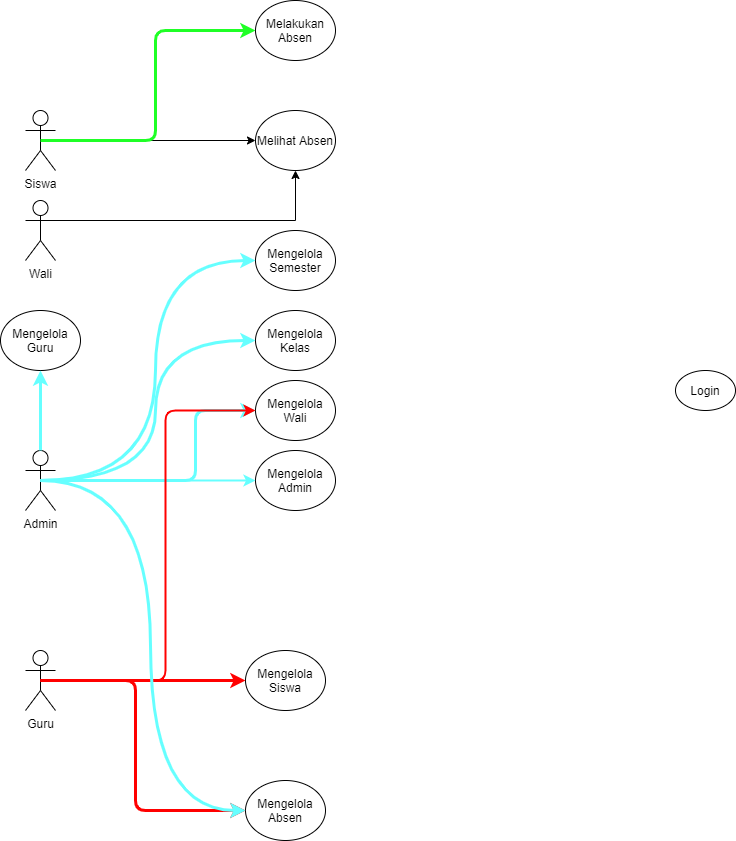
Earlier version of the draw.io export DIAGRAM USE CASE.png (tamamhuda/Aplikasi-Presensi). Source tidied: cells renumbered, new cells last; positions are measured from the earlier drawing's top-left corner, leaving out a move shared by most shapes. Its diagram source:
```xml
<mxGraphModel>
  <root>
    <mxCell id="0" />
    <mxCell id="1" parent="0" />
    <mxCell id="2" value="Siswa" style="shape=umlActor;verticalLabelPosition=bottom;verticalAlign=top;html=1;outlineConnect=0;" parent="1" vertex="1">
      <mxGeometry x="25" y="110" width="30" height="60" as="geometry" />
    </mxCell>
    <mxCell id="3" value="Admin" style="shape=umlActor;verticalLabelPosition=bottom;verticalAlign=top;html=1;outlineConnect=0;" parent="1" vertex="1">
      <mxGeometry x="25" y="450" width="30" height="60" as="geometry" />
    </mxCell>
    <mxCell id="4" value="Guru" style="shape=umlActor;verticalLabelPosition=bottom;verticalAlign=top;html=1;outlineConnect=0;" parent="1" vertex="1">
      <mxGeometry x="25" y="650" width="30" height="60" as="geometry" />
    </mxCell>
    <mxCell id="5" value="Wali" style="shape=umlActor;verticalLabelPosition=bottom;verticalAlign=top;html=1;outlineConnect=0;" parent="1" vertex="1">
      <mxGeometry x="25" y="200" width="30" height="60" as="geometry" />
    </mxCell>
    <mxCell id="6" value="Login" style="ellipse;whiteSpace=wrap;html=1;" parent="1" vertex="1">
      <mxGeometry x="675" y="370" width="60" height="40" as="geometry" />
    </mxCell>
    <mxCell id="7" value="Mengelola Siswa" style="ellipse;whiteSpace=wrap;html=1;" parent="1" vertex="1">
      <mxGeometry x="245" y="650" width="80" height="60" as="geometry" />
    </mxCell>
    <mxCell id="8" value="Mengelola Admin" style="ellipse;whiteSpace=wrap;html=1;" parent="1" vertex="1">
      <mxGeometry x="255" y="450" width="80" height="60" as="geometry" />
    </mxCell>
    <mxCell id="9" value="Mengelola Absen" style="ellipse;whiteSpace=wrap;html=1;" parent="1" vertex="1">
      <mxGeometry x="245" y="780" width="80" height="60" as="geometry" />
    </mxCell>
    <mxCell id="10" value="Melihat Absen" style="ellipse;whiteSpace=wrap;html=1;" parent="1" vertex="1">
      <mxGeometry x="255" y="110" width="80" height="60" as="geometry" />
    </mxCell>
    <mxCell id="11" style="endArrow=classic;html=1;rounded=0;edgeStyle=orthogonalEdgeStyle;entryX=0;entryY=0.5;entryDx=0;entryDy=0;" parent="1" edge="1" source="2" target="10">
      <mxGeometry relative="1" as="geometry" />
    </mxCell>
    <mxCell id="12" style="endArrow=classic;html=1;rounded=0;edgeStyle=orthogonalEdgeStyle;exitX=0.5;exitY=0.5;exitDx=0;exitDy=0;exitPerimeter=0;" parent="1" edge="1" source="5" target="10">
      <mxGeometry relative="1" as="geometry">
        <Array as="points">
          <mxPoint x="40" y="220" />
          <mxPoint x="295" y="220" />
        </Array>
      </mxGeometry>
    </mxCell>
    <mxCell id="13" style="endArrow=classic;html=1;rounded=0;edgeStyle=orthogonalEdgeStyle;exitX=0.5;exitY=0.5;exitDx=0;exitDy=0;exitPerimeter=0;strokeWidth=2;strokeColor=#66FFFF;" parent="1" edge="1" source="3" target="8">
      <mxGeometry relative="1" as="geometry" />
    </mxCell>
    <mxCell id="14" style="endArrow=classic;html=1;rounded=1;edgeStyle=orthogonalEdgeStyle;exitX=0.5;exitY=0.5;exitDx=0;exitDy=0;exitPerimeter=0;strokeWidth=3;strokeColor=#FF0000;" parent="1" edge="1" source="4" target="9">
      <mxGeometry relative="1" as="geometry">
        <Array as="points">
          <mxPoint x="135" y="680" />
          <mxPoint x="135" y="810" />
        </Array>
      </mxGeometry>
    </mxCell>
    <mxCell id="15" style="endArrow=classic;html=1;edgeStyle=orthogonalEdgeStyle;curved=1;strokeColor=#FF0000;entryX=0;entryY=0.5;entryDx=0;entryDy=0;strokeWidth=3;exitX=0.5;exitY=0.5;exitDx=0;exitDy=0;exitPerimeter=0;" parent="1" edge="1" source="4" target="7">
      <mxGeometry relative="1" as="geometry" />
    </mxCell>
    <mxCell id="16" value="Melakukan Absen" style="ellipse;whiteSpace=wrap;html=1;" parent="1" vertex="1">
      <mxGeometry x="255" width="80" height="60" as="geometry" />
    </mxCell>
    <mxCell id="17" style="endArrow=classic;html=1;rounded=1;edgeStyle=orthogonalEdgeStyle;entryX=0;entryY=0.5;entryDx=0;entryDy=0;exitX=0.5;exitY=0.5;exitDx=0;exitDy=0;exitPerimeter=0;strokeColor=#1FFF26;strokeWidth=3;" parent="1" edge="1" source="2" target="16">
      <mxGeometry relative="1" as="geometry" />
    </mxCell>
    <mxCell id="18" value="Mengelola Wali" style="ellipse;whiteSpace=wrap;html=1;" parent="1" vertex="1">
      <mxGeometry x="255" y="380" width="80" height="60" as="geometry" />
    </mxCell>
    <mxCell id="19" style="endArrow=classic;html=1;edgeStyle=orthogonalEdgeStyle;entryX=0;entryY=0.5;entryDx=0;entryDy=0;strokeColor=#66FFFF;strokeWidth=3;rounded=1;" parent="1" edge="1" source="3" target="18">
      <mxGeometry relative="1" as="geometry">
        <Array as="points">
          <mxPoint x="195" y="480" />
          <mxPoint x="195" y="410" />
        </Array>
      </mxGeometry>
    </mxCell>
    <mxCell id="20" value="Mengelola Semester" style="ellipse;whiteSpace=wrap;html=1;" parent="1" vertex="1">
      <mxGeometry x="255" y="230" width="80" height="60" as="geometry" />
    </mxCell>
    <mxCell id="21" value="Mengelola Guru" style="ellipse;whiteSpace=wrap;html=1;" parent="1" vertex="1">
      <mxGeometry y="310" width="80" height="60" as="geometry" />
    </mxCell>
    <mxCell id="22" value="Mengelola Kelas" style="ellipse;whiteSpace=wrap;html=1;" parent="1" vertex="1">
      <mxGeometry x="255" y="310" width="80" height="60" as="geometry" />
    </mxCell>
    <mxCell id="23" style="endArrow=classic;html=1;edgeStyle=orthogonalEdgeStyle;entryX=0.5;entryY=1;entryDx=0;entryDy=0;curved=1;strokeColor=#66FFFF;strokeWidth=3;" parent="1" edge="1" source="3" target="21">
      <mxGeometry relative="1" as="geometry" />
    </mxCell>
    <mxCell id="24" style="endArrow=classic;html=1;rounded=1;edgeStyle=orthogonalEdgeStyle;entryX=0;entryY=0.5;entryDx=0;entryDy=0;exitX=0.5;exitY=0.5;exitDx=0;exitDy=0;exitPerimeter=0;strokeWidth=2;strokeColor=#FF0000;" parent="1" edge="1" source="4" target="18">
      <mxGeometry relative="1" as="geometry">
        <Array as="points">
          <mxPoint x="165" y="680" />
          <mxPoint x="165" y="410" />
        </Array>
      </mxGeometry>
    </mxCell>
    <mxCell id="25" style="endArrow=classic;html=1;edgeStyle=orthogonalEdgeStyle;entryX=0;entryY=0.5;entryDx=0;entryDy=0;exitX=0.5;exitY=0.5;exitDx=0;exitDy=0;exitPerimeter=0;fillColor=#fff2cc;strokeColor=#66FFFF;curved=1;strokeWidth=3;" parent="1" edge="1" source="3" target="9">
      <mxGeometry relative="1" as="geometry" />
    </mxCell>
    <mxCell id="26" style="endArrow=classic;html=1;strokeColor=#66FFFF;strokeWidth=3;edgeStyle=orthogonalEdgeStyle;entryX=0;entryY=0.5;entryDx=0;entryDy=0;exitX=0.5;exitY=0.5;exitDx=0;exitDy=0;exitPerimeter=0;curved=1;" parent="1" edge="1" source="3" target="22">
      <mxGeometry relative="1" as="geometry" />
    </mxCell>
    <mxCell id="27" style="endArrow=classic;html=1;strokeColor=#66FFFF;strokeWidth=3;edgeStyle=orthogonalEdgeStyle;curved=1;exitX=0.5;exitY=0.5;exitDx=0;exitDy=0;exitPerimeter=0;entryX=0;entryY=0.5;entryDx=0;entryDy=0;" parent="1" edge="1" source="3" target="20">
      <mxGeometry relative="1" as="geometry" />
    </mxCell>
  </root>
</mxGraphModel>
```
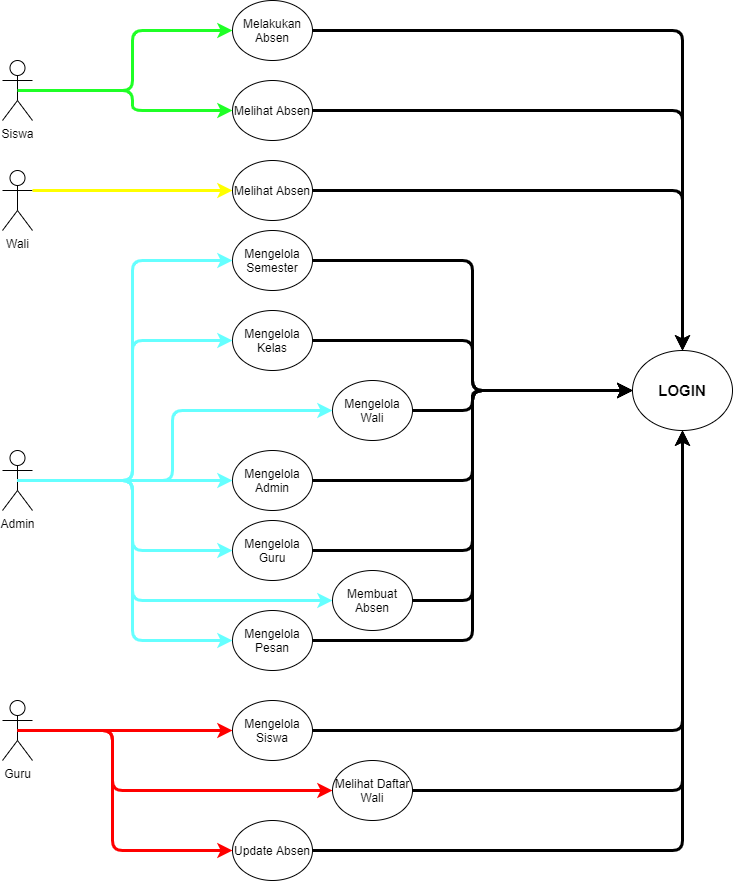
After the commit.

What changed in the source:
```diff
@@ -3,56 +3,52 @@
     <mxCell id="0" />
     <mxCell id="1" parent="0" />
     <mxCell id="2" value="Siswa" style="shape=umlActor;verticalLabelPosition=bottom;verticalAlign=top;html=1;outlineConnect=0;" parent="1" vertex="1">
-      <mxGeometry x="25" y="110" width="30" height="60" as="geometry" />
+      <mxGeometry x="25" y="60" width="30" height="60" as="geometry" />
     </mxCell>
     <mxCell id="3" value="Admin" style="shape=umlActor;verticalLabelPosition=bottom;verticalAlign=top;html=1;outlineConnect=0;" parent="1" vertex="1">
       <mxGeometry x="25" y="450" width="30" height="60" as="geometry" />
     </mxCell>
     <mxCell id="4" value="Guru" style="shape=umlActor;verticalLabelPosition=bottom;verticalAlign=top;html=1;outlineConnect=0;" parent="1" vertex="1">
-      <mxGeometry x="25" y="650" width="30" height="60" as="geometry" />
+      <mxGeometry x="25" y="700" width="30" height="60" as="geometry" />
     </mxCell>
     <mxCell id="5" value="Wali" style="shape=umlActor;verticalLabelPosition=bottom;verticalAlign=top;html=1;outlineConnect=0;" parent="1" vertex="1">
-      <mxGeometry x="25" y="200" width="30" height="60" as="geometry" />
+      <mxGeometry x="25" y="170" width="30" height="60" as="geometry" />
     </mxCell>
-    <mxCell id="6" value="Login" style="ellipse;whiteSpace=wrap;html=1;" parent="1" vertex="1">
-      <mxGeometry x="675" y="370" width="60" height="40" as="geometry" />
+    <mxCell id="6" value="&lt;b&gt;&lt;font style=&quot;font-size: 15px&quot;&gt;LOGIN&lt;/font&gt;&lt;/b&gt;" style="ellipse;whiteSpace=wrap;html=1;" parent="1" vertex="1">
+      <mxGeometry x="655" y="350" width="100" height="80" as="geometry" />
     </mxCell>
     <mxCell id="7" value="Mengelola Siswa" style="ellipse;whiteSpace=wrap;html=1;" parent="1" vertex="1">
-      <mxGeometry x="245" y="650" width="80" height="60" as="geometry" />
+      <mxGeometry x="255" y="700" width="80" height="60" as="geometry" />
     </mxCell>
     <mxCell id="8" value="Mengelola Admin" style="ellipse;whiteSpace=wrap;html=1;" parent="1" vertex="1">
       <mxGeometry x="255" y="450" width="80" height="60" as="geometry" />
     </mxCell>
-    <mxCell id="9" value="Mengelola Absen" style="ellipse;whiteSpace=wrap;html=1;" parent="1" vertex="1">
-      <mxGeometry x="245" y="780" width="80" height="60" as="geometry" />
+    <mxCell id="9" value="Update Absen" style="ellipse;whiteSpace=wrap;html=1;" parent="1" vertex="1">
+      <mxGeometry x="255" y="820" width="80" height="60" as="geometry" />
     </mxCell>
     <mxCell id="10" value="Melihat Absen" style="ellipse;whiteSpace=wrap;html=1;" parent="1" vertex="1">
-      <mxGeometry x="255" y="110" width="80" height="60" as="geometry" />
+      <mxGeometry x="255" y="80" width="80" height="60" as="geometry" />
     </mxCell>
-    <mxCell id="11" style="endArrow=classic;html=1;rounded=0;edgeStyle=orthogonalEdgeStyle;entryX=0;entryY=0.5;entryDx=0;entryDy=0;" parent="1" edge="1" source="2" target="10">
+    <mxCell id="11" style="endArrow=classic;html=1;rounded=1;edgeStyle=orthogonalEdgeStyle;entryX=0;entryY=0.5;entryDx=0;entryDy=0;strokeColor=#1FFF26;strokeWidth=3;" parent="1" edge="1" source="2" target="10">
       <mxGeometry relative="1" as="geometry" />
     </mxCell>
-    <mxCell id="12" style="endArrow=classic;html=1;rounded=0;edgeStyle=orthogonalEdgeStyle;exitX=0.5;exitY=0.5;exitDx=0;exitDy=0;exitPerimeter=0;" parent="1" edge="1" source="5" target="10">
-      <mxGeometry relative="1" as="geometry">
-        <Array as="points">
-          <mxPoint x="40" y="220" />
-          <mxPoint x="295" y="220" />
-        </Array>
-      </mxGeometry>
-    </mxCell>
-    <mxCell id="13" style="endArrow=classic;html=1;rounded=0;edgeStyle=orthogonalEdgeStyle;exitX=0.5;exitY=0.5;exitDx=0;exitDy=0;exitPerimeter=0;strokeWidth=2;strokeColor=#66FFFF;" parent="1" edge="1" source="3" target="8">
+    <mxCell id="13" style="endArrow=classic;html=1;rounded=0;edgeStyle=orthogonalEdgeStyle;exitX=0.5;exitY=0.5;exitDx=0;exitDy=0;exitPerimeter=0;strokeWidth=3;strokeColor=#66FFFF;" parent="1" edge="1" source="3" target="8">
       <mxGeometry relative="1" as="geometry" />
     </mxCell>
     <mxCell id="14" style="endArrow=classic;html=1;rounded=1;edgeStyle=orthogonalEdgeStyle;exitX=0.5;exitY=0.5;exitDx=0;exitDy=0;exitPerimeter=0;strokeWidth=3;strokeColor=#FF0000;" parent="1" edge="1" source="4" target="9">
       <mxGeometry relative="1" as="geometry">
         <Array as="points">
-          <mxPoint x="135" y="680" />
-          <mxPoint x="135" y="810" />
+          <mxPoint x="135" y="730" />
+          <mxPoint x="135" y="850" />
         </Array>
       </mxGeometry>
     </mxCell>
-    <mxCell id="15" style="endArrow=classic;html=1;edgeStyle=orthogonalEdgeStyle;curved=1;strokeColor=#FF0000;entryX=0;entryY=0.5;entryDx=0;entryDy=0;strokeWidth=3;exitX=0.5;exitY=0.5;exitDx=0;exitDy=0;exitPerimeter=0;" parent="1" edge="1" source="4" target="7">
-      <mxGeometry relative="1" as="geometry" />
+    <mxCell id="15" style="endArrow=classic;html=1;edgeStyle=orthogonalEdgeStyle;strokeColor=#FF0000;entryX=0;entryY=0.5;entryDx=0;entryDy=0;strokeWidth=3;exitX=0.5;exitY=0.5;exitDx=0;exitDy=0;exitPerimeter=0;rounded=1;" parent="1" edge="1" source="4" target="7">
+      <mxGeometry relative="1" as="geometry">
+        <Array as="points">
+          <mxPoint x="245" y="730" />
+        </Array>
+      </mxGeometry>
     </mxCell>
     <mxCell id="16" value="Melakukan Absen" style="ellipse;whiteSpace=wrap;html=1;" parent="1" vertex="1">
       <mxGeometry x="255" width="80" height="60" as="geometry" />
@@ -61,7 +57,7 @@
       <mxGeometry relative="1" as="geometry" />
     </mxCell>
     <mxCell id="18" value="Mengelola Wali" style="ellipse;whiteSpace=wrap;html=1;" parent="1" vertex="1">
-      <mxGeometry x="255" y="380" width="80" height="60" as="geometry" />
+      <mxGeometry x="355" y="380" width="80" height="60" as="geometry" />
     </mxCell>
     <mxCell id="19" style="endArrow=classic;html=1;edgeStyle=orthogonalEdgeStyle;entryX=0;entryY=0.5;entryDx=0;entryDy=0;strokeColor=#66FFFF;strokeWidth=3;rounded=1;" parent="1" edge="1" source="3" target="18">
       <mxGeometry relative="1" as="geometry">
@@ -75,30 +71,106 @@
       <mxGeometry x="255" y="230" width="80" height="60" as="geometry" />
     </mxCell>
     <mxCell id="21" value="Mengelola Guru" style="ellipse;whiteSpace=wrap;html=1;" parent="1" vertex="1">
-      <mxGeometry y="310" width="80" height="60" as="geometry" />
+      <mxGeometry x="255" y="520" width="80" height="60" as="geometry" />
     </mxCell>
     <mxCell id="22" value="Mengelola Kelas" style="ellipse;whiteSpace=wrap;html=1;" parent="1" vertex="1">
       <mxGeometry x="255" y="310" width="80" height="60" as="geometry" />
     </mxCell>
-    <mxCell id="23" style="endArrow=classic;html=1;edgeStyle=orthogonalEdgeStyle;entryX=0.5;entryY=1;entryDx=0;entryDy=0;curved=1;strokeColor=#66FFFF;strokeWidth=3;" parent="1" edge="1" source="3" target="21">
+    <mxCell id="23" style="endArrow=classic;html=1;edgeStyle=orthogonalEdgeStyle;entryX=0;entryY=0.5;entryDx=0;entryDy=0;strokeColor=#66FFFF;strokeWidth=3;rounded=1;" parent="1" edge="1" source="3" target="21">
       <mxGeometry relative="1" as="geometry" />
     </mxCell>
-    <mxCell id="24" style="endArrow=classic;html=1;rounded=1;edgeStyle=orthogonalEdgeStyle;entryX=0;entryY=0.5;entryDx=0;entryDy=0;exitX=0.5;exitY=0.5;exitDx=0;exitDy=0;exitPerimeter=0;strokeWidth=2;strokeColor=#FF0000;" parent="1" edge="1" source="4" target="18">
+    <mxCell id="24" style="endArrow=classic;html=1;edgeStyle=orthogonalEdgeStyle;entryX=0;entryY=0.5;entryDx=0;entryDy=0;exitX=0.5;exitY=0.5;exitDx=0;exitDy=0;exitPerimeter=0;strokeWidth=3;strokeColor=#FF0000;rounded=1;" parent="1" edge="1" source="4" target="32">
       <mxGeometry relative="1" as="geometry">
         <Array as="points">
-          <mxPoint x="165" y="680" />
-          <mxPoint x="165" y="410" />
+          <mxPoint x="135" y="730" />
+          <mxPoint x="135" y="790" />
         </Array>
       </mxGeometry>
     </mxCell>
-    <mxCell id="25" style="endArrow=classic;html=1;edgeStyle=orthogonalEdgeStyle;entryX=0;entryY=0.5;entryDx=0;entryDy=0;exitX=0.5;exitY=0.5;exitDx=0;exitDy=0;exitPerimeter=0;fillColor=#fff2cc;strokeColor=#66FFFF;curved=1;strokeWidth=3;" parent="1" edge="1" source="3" target="9">
-      <mxGeometry relative="1" as="geometry" />
+    <mxCell id="25" style="endArrow=classic;html=1;edgeStyle=orthogonalEdgeStyle;exitX=0.5;exitY=0.5;exitDx=0;exitDy=0;exitPerimeter=0;fillColor=#fff2cc;strokeColor=#66FFFF;strokeWidth=3;rounded=1;entryX=0;entryY=0.5;entryDx=0;entryDy=0;" parent="1" edge="1" source="3" target="33">
+      <mxGeometry relative="1" as="geometry">
+        <Array as="points">
+          <mxPoint x="155" y="480" />
+          <mxPoint x="155" y="600" />
+        </Array>
+      </mxGeometry>
     </mxCell>
-    <mxCell id="26" style="endArrow=classic;html=1;strokeColor=#66FFFF;strokeWidth=3;edgeStyle=orthogonalEdgeStyle;entryX=0;entryY=0.5;entryDx=0;entryDy=0;exitX=0.5;exitY=0.5;exitDx=0;exitDy=0;exitPerimeter=0;curved=1;" parent="1" edge="1" source="3" target="22">
+    <mxCell id="26" style="endArrow=classic;html=1;strokeColor=#66FFFF;strokeWidth=3;edgeStyle=orthogonalEdgeStyle;entryX=0;entryY=0.5;entryDx=0;entryDy=0;exitX=0.5;exitY=0.5;exitDx=0;exitDy=0;exitPerimeter=0;rounded=1;" parent="1" edge="1" source="3" target="22">
       <mxGeometry relative="1" as="geometry" />
     </mxCell>
-    <mxCell id="27" style="endArrow=classic;html=1;strokeColor=#66FFFF;strokeWidth=3;edgeStyle=orthogonalEdgeStyle;curved=1;exitX=0.5;exitY=0.5;exitDx=0;exitDy=0;exitPerimeter=0;entryX=0;entryY=0.5;entryDx=0;entryDy=0;" parent="1" edge="1" source="3" target="20">
+    <mxCell id="27" style="endArrow=classic;html=1;strokeColor=#66FFFF;strokeWidth=3;edgeStyle=orthogonalEdgeStyle;exitX=0.5;exitY=0.5;exitDx=0;exitDy=0;exitPerimeter=0;entryX=0;entryY=0.5;entryDx=0;entryDy=0;rounded=1;" parent="1" edge="1" source="3" target="20">
       <mxGeometry relative="1" as="geometry" />
     </mxCell>
+    <mxCell id="28" style="endArrow=classic;html=1;rounded=1;strokeColor=#FFFF00;strokeWidth=3;edgeStyle=orthogonalEdgeStyle;exitX=1;exitY=0.3333333333333333;exitDx=0;exitDy=0;exitPerimeter=0;entryX=0;entryY=0.5;entryDx=0;entryDy=0;" parent="1" edge="1" source="5" target="31">
+      <mxGeometry relative="1" as="geometry">
+        <Array as="points">
+          <mxPoint x="55" y="190" />
+        </Array>
+      </mxGeometry>
+    </mxCell>
+    <mxCell id="29" value="Mengelola Pesan" style="ellipse;whiteSpace=wrap;html=1;" parent="1" vertex="1">
+      <mxGeometry x="255" y="610" width="80" height="60" as="geometry" />
+    </mxCell>
+    <mxCell id="30" style="endArrow=classic;html=1;rounded=1;strokeColor=#66FFFF;strokeWidth=3;edgeStyle=orthogonalEdgeStyle;exitX=0.5;exitY=0.5;exitDx=0;exitDy=0;exitPerimeter=0;entryX=0;entryY=0.5;entryDx=0;entryDy=0;" parent="1" edge="1" source="3" target="29">
+      <mxGeometry relative="1" as="geometry" />
+    </mxCell>
+    <mxCell id="31" value="Melihat Absen" style="ellipse;whiteSpace=wrap;html=1;" parent="1" vertex="1">
+      <mxGeometry x="255" y="160" width="80" height="60" as="geometry" />
+    </mxCell>
+    <mxCell id="32" value="Melihat Daftar Wali" style="ellipse;whiteSpace=wrap;html=1;" parent="1" vertex="1">
+      <mxGeometry x="355" y="760" width="80" height="60" as="geometry" />
+    </mxCell>
+    <mxCell id="33" value="Membuat Absen" style="ellipse;whiteSpace=wrap;html=1;" parent="1" vertex="1">
+      <mxGeometry x="355" y="570" width="80" height="60" as="geometry" />
+    </mxCell>
+    <mxCell id="34" style="endArrow=classic;html=1;rounded=1;strokeColor=#000000;strokeWidth=3;edgeStyle=orthogonalEdgeStyle;entryX=0.5;entryY=0;entryDx=0;entryDy=0;exitX=1;exitY=0.5;exitDx=0;exitDy=0;" parent="1" edge="1" source="16" target="6">
+      <mxGeometry relative="1" as="geometry" />
+    </mxCell>
+    <mxCell id="35" style="endArrow=classic;html=1;rounded=1;strokeColor=#000000;strokeWidth=3;edgeStyle=orthogonalEdgeStyle;entryX=0.5;entryY=0;entryDx=0;entryDy=0;exitX=1;exitY=0.5;exitDx=0;exitDy=0;" parent="1" edge="1" source="10" target="6">
+      <mxGeometry relative="1" as="geometry" />
+    </mxCell>
+    <mxCell id="36" style="endArrow=classic;html=1;rounded=1;strokeColor=#000000;strokeWidth=3;edgeStyle=orthogonalEdgeStyle;exitX=1;exitY=0.5;exitDx=0;exitDy=0;entryX=0.5;entryY=0;entryDx=0;entryDy=0;" parent="1" edge="1" source="31" target="6">
+      <mxGeometry relative="1" as="geometry" />
+    </mxCell>
+    <mxCell id="37" style="endArrow=classic;html=1;rounded=1;strokeColor=#000000;strokeWidth=3;edgeStyle=orthogonalEdgeStyle;exitX=1;exitY=0.5;exitDx=0;exitDy=0;entryX=0;entryY=0.5;entryDx=0;entryDy=0;" parent="1" edge="1" source="20" target="6">
+      <mxGeometry relative="1" as="geometry" />
+    </mxCell>
+    <mxCell id="38" style="endArrow=classic;html=1;rounded=1;strokeColor=#000000;strokeWidth=3;edgeStyle=orthogonalEdgeStyle;exitX=1;exitY=0.5;exitDx=0;exitDy=0;entryX=0;entryY=0.5;entryDx=0;entryDy=0;" parent="1" edge="1" source="22" target="6">
+      <mxGeometry relative="1" as="geometry" />
+    </mxCell>
+    <mxCell id="39" style="endArrow=classic;html=1;rounded=1;strokeColor=#000000;strokeWidth=3;edgeStyle=orthogonalEdgeStyle;exitX=1;exitY=0.5;exitDx=0;exitDy=0;entryX=0;entryY=0.5;entryDx=0;entryDy=0;" parent="1" edge="1" source="18" target="6">
+      <mxGeometry relative="1" as="geometry">
+        <Array as="points">
+          <mxPoint x="495" y="410" />
+          <mxPoint x="495" y="390" />
+        </Array>
+      </mxGeometry>
+    </mxCell>
+    <mxCell id="40" style="endArrow=classic;html=1;rounded=1;strokeColor=#000000;strokeWidth=3;edgeStyle=orthogonalEdgeStyle;exitX=1;exitY=0.5;exitDx=0;exitDy=0;entryX=0;entryY=0.5;entryDx=0;entryDy=0;" parent="1" edge="1" source="8" target="6">
+      <mxGeometry relative="1" as="geometry" />
+    </mxCell>
+    <mxCell id="41" style="endArrow=classic;html=1;rounded=1;strokeColor=#000000;strokeWidth=3;edgeStyle=orthogonalEdgeStyle;exitX=1;exitY=0.5;exitDx=0;exitDy=0;entryX=0;entryY=0.5;entryDx=0;entryDy=0;" parent="1" edge="1" source="21" target="6">
+      <mxGeometry relative="1" as="geometry" />
+    </mxCell>
+    <mxCell id="42" style="endArrow=classic;html=1;rounded=1;strokeColor=#000000;strokeWidth=3;edgeStyle=orthogonalEdgeStyle;exitX=1;exitY=0.5;exitDx=0;exitDy=0;entryX=0;entryY=0.5;entryDx=0;entryDy=0;" parent="1" edge="1" source="33" target="6">
+      <mxGeometry relative="1" as="geometry">
+        <Array as="points">
+          <mxPoint x="495" y="600" />
+          <mxPoint x="495" y="390" />
+        </Array>
+      </mxGeometry>
+    </mxCell>
+    <mxCell id="43" style="endArrow=classic;html=1;rounded=1;strokeColor=#000000;strokeWidth=3;edgeStyle=orthogonalEdgeStyle;exitX=1;exitY=0.5;exitDx=0;exitDy=0;entryX=0;entryY=0.5;entryDx=0;entryDy=0;" parent="1" edge="1" source="29" target="6">
+      <mxGeometry relative="1" as="geometry" />
+    </mxCell>
+    <mxCell id="44" style="endArrow=classic;html=1;rounded=1;strokeColor=#000000;strokeWidth=3;edgeStyle=orthogonalEdgeStyle;entryX=0.5;entryY=1;entryDx=0;entryDy=0;exitX=1;exitY=0.5;exitDx=0;exitDy=0;" parent="1" edge="1" source="7" target="6">
+      <mxGeometry relative="1" as="geometry" />
+    </mxCell>
+    <mxCell id="45" style="endArrow=classic;html=1;rounded=1;strokeColor=#000000;strokeWidth=3;edgeStyle=orthogonalEdgeStyle;entryX=0.5;entryY=1;entryDx=0;entryDy=0;exitX=1;exitY=0.5;exitDx=0;exitDy=0;" parent="1" edge="1" source="32" target="6">
+      <mxGeometry relative="1" as="geometry" />
+    </mxCell>
+    <mxCell id="46" style="endArrow=classic;html=1;rounded=1;strokeColor=#000000;strokeWidth=3;edgeStyle=orthogonalEdgeStyle;exitX=1;exitY=0.5;exitDx=0;exitDy=0;entryX=0.5;entryY=1;entryDx=0;entryDy=0;" parent="1" edge="1" source="9" target="6">
+      <mxGeometry relative="1" as="geometry" />
+    </mxCell>
   </root>
 </mxGraphModel>
```
